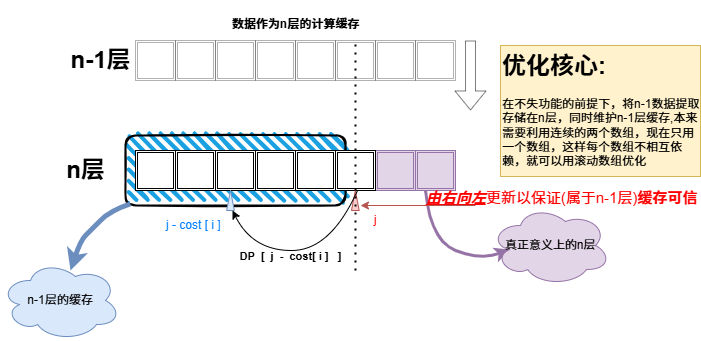
This is 算法/Resource/01背包优化思路.drawio.png from AliceAuto/AliceAuto.github.io, a draw.io export, as it was before one commit. Source tidied: cells renumbered, new cells last; positions are measured from the earlier drawing's top-left corner, leaving out a move shared by most shapes.
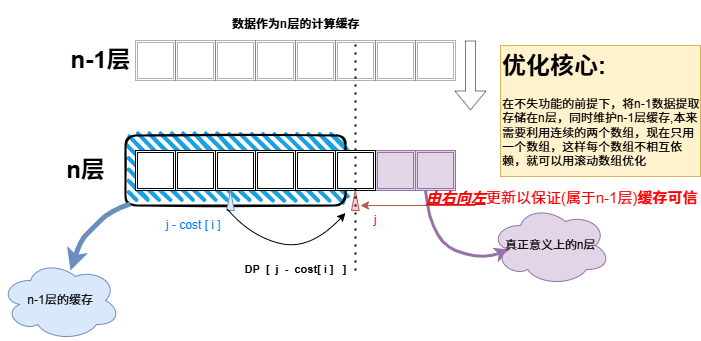
After the commit.

Commit message:
更新01背包优化思路.drawio.png

Diff of the diagram source:
```diff
@@ -71,13 +71,11 @@
         <mxPoint x="230" y="190" as="targetPoint" />
       </mxGeometry>
     </mxCell>
-    <mxCell id="23" style="curved=1;endArrow=classic;html=1;rounded=0;exitX=0.5;exitY=1;exitDx=0;exitDy=0;" parent="1" edge="1">
+    <mxCell id="23" style="curved=1;endArrow=classic;html=1;rounded=0;exitX=0.462;exitY=1.048;exitDx=0;exitDy=0;exitPerimeter=0;entryX=0;entryY=0.25;entryDx=0;entryDy=0;" parent="1" edge="1" source="2" target="33">
       <mxGeometry relative="1" as="geometry">
-        <mxPoint x="357" y="190" as="sourcePoint" />
-        <mxPoint x="232" y="210" as="targetPoint" />
         <Array as="points">
-          <mxPoint x="330" y="250" />
-          <mxPoint x="252" y="250" />
+          <mxPoint x="250" y="236" />
+          <mxPoint x="310" y="250" />
         </Array>
       </mxGeometry>
     </mxCell>
```
